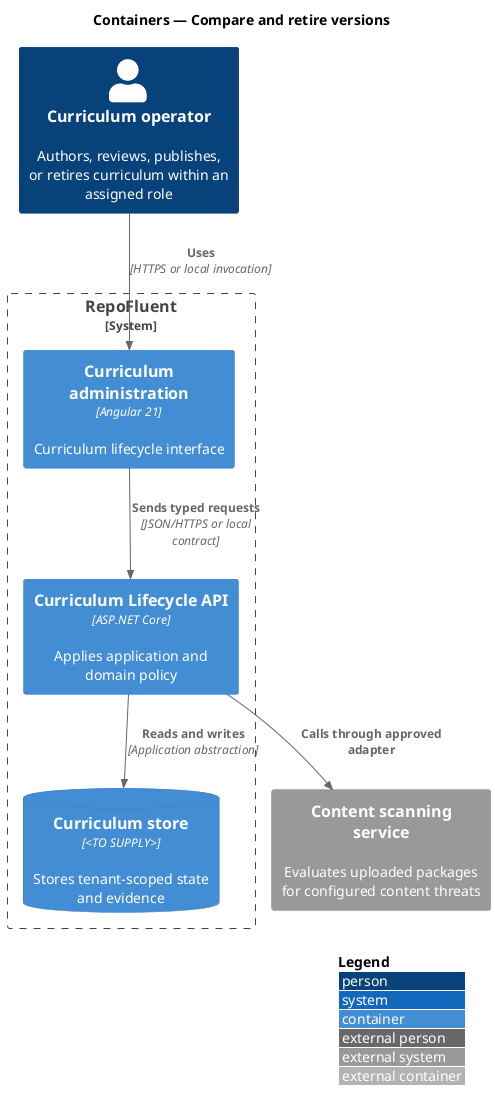
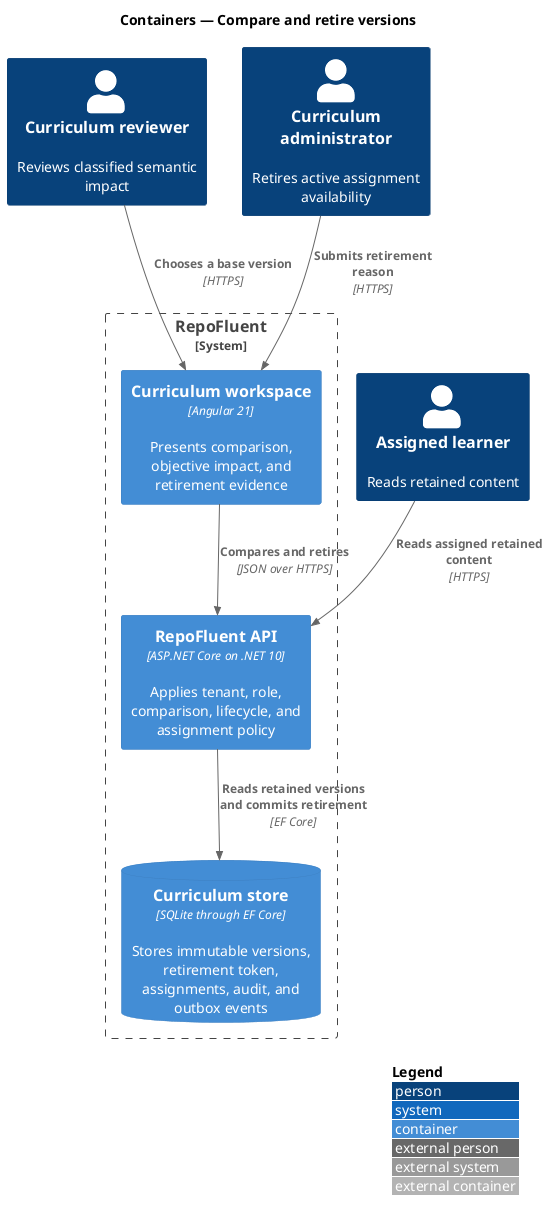
@startuml
!include <C4/C4_Container>
LAYOUT_WITH_LEGEND()
title Containers — Compare and retire versions

- Person(actor, "Curriculum operator", "Authors, reviews, publishes, or retires curriculum within an assigned role")
+ Person(reviewer, "Curriculum reviewer", "Reviews classified semantic impact")
+ Person(admin, "Curriculum administrator", "Retires active assignment availability")
+ Person(learner, "Assigned learner", "Reads retained content")
System_Boundary(repofluent, "RepoFluent") {
-   Container(entry, "Curriculum administration", "Angular 21", "Curriculum lifecycle interface")
-   Container(api, "Curriculum Lifecycle API", "ASP.NET Core", "Applies application and domain policy")
-   ContainerDb(store, "Curriculum store", "<TO SUPPLY>", "Stores tenant-scoped state and evidence")
+   Container(web, "Curriculum workspace", "Angular 21", "Presents comparison, objective impact, and retirement evidence")
+   Container(api, "RepoFluent API", "ASP.NET Core on .NET 10", "Applies tenant, role, comparison, lifecycle, and assignment policy")
+   ContainerDb(store, "Curriculum store", "SQLite through EF Core", "Stores immutable versions, retirement token, assignments, audit, and outbox events")
}
- System_Ext(dependency, "Content scanning service", "Evaluates uploaded packages for configured content threats")

- Rel(actor, entry, "Uses", "HTTPS or local invocation")
- Rel(entry, api, "Sends typed requests", "JSON/HTTPS or local contract")
- Rel(api, store, "Reads and writes", "Application abstraction")
- Rel(api, dependency, "Calls through approved adapter")
+ Rel(reviewer, web, "Chooses a base version", "HTTPS")
+ Rel(admin, web, "Submits retirement reason", "HTTPS")
+ Rel(web, api, "Compares and retires", "JSON over HTTPS")
+ Rel(api, store, "Reads retained versions and commits retirement", "EF Core")
+ Rel(learner, api, "Reads assigned retained content", "HTTPS")
@enduml
